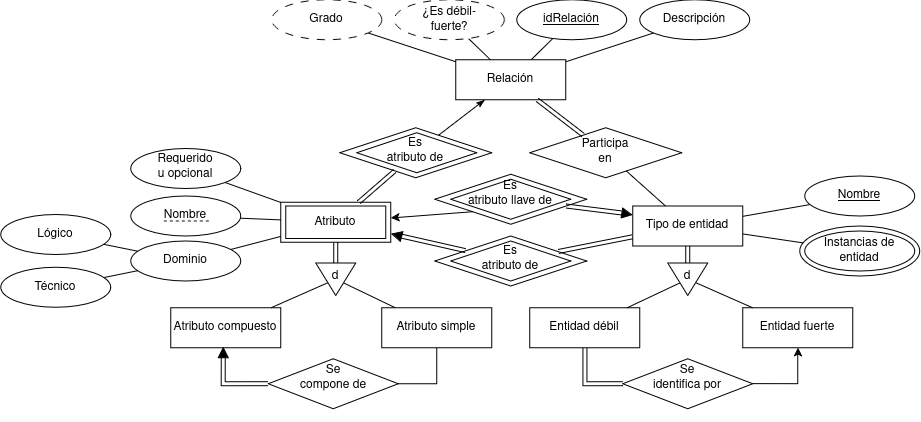
diegocist/Bases-Tareas-Los-FBI keeps this draw.io diagram as Tarea2/imagenes/diagramasER.png. Above is the earlier version. Source tidied: cells renumbered, new cells last; positions are measured from the earlier drawing's top-left corner, leaving out a move shared by most shapes.
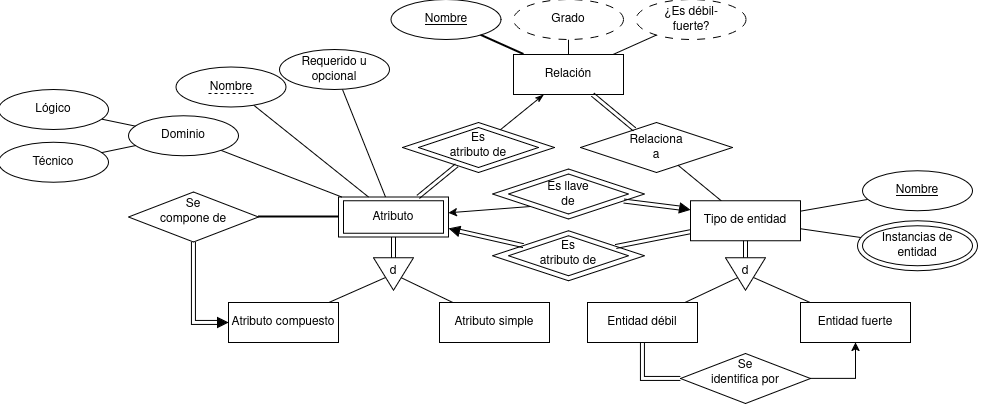
After the commit.

Commit message:
Diagrama E-R sobre diagramas E-R final

Change to the diagram source:
```diff
@@ -2,6 +2,15 @@
   <root>
     <mxCell id="0" />
     <mxCell id="1" parent="0" />
+    <mxCell id="53" value="&lt;div&gt;&lt;br/&gt;&lt;/div&gt;" style="rhombus;whiteSpace=wrap;html=1;shapeInside=1;strokeColor=default;align=center;verticalAlign=middle;fontFamily=Helvetica;fontSize=12;fontColor=default;fillColor=default;" parent="1" vertex="1">
+      <mxGeometry x="360" y="133" width="120" height="40" as="geometry" />
+    </mxCell>
+    <mxCell id="55" value="Es atributo de" style="rhombus;whiteSpace=wrap;html=1;shapeInside=1;strokeColor=default;align=center;verticalAlign=middle;fontFamily=Helvetica;fontSize=12;fontColor=default;fillColor=none;" parent="1" vertex="1">
+      <mxGeometry x="344" y="128" width="152" height="50" as="geometry" />
+    </mxCell>
+    <mxCell id="52" value="Relaciona a" style="rhombus;whiteSpace=wrap;html=1;shapeInside=1;strokeColor=default;align=center;verticalAlign=middle;fontFamily=Helvetica;fontSize=12;fontColor=default;fillColor=none;" parent="1" vertex="1">
+      <mxGeometry x="522" y="128" width="152" height="50" as="geometry" />
+    </mxCell>
     <mxCell id="2" value="&lt;div&gt;&lt;br/&gt;&lt;/div&gt;" style="rhombus;whiteSpace=wrap;html=1;shapeInside=1;strokeColor=default;align=center;verticalAlign=middle;fontFamily=Helvetica;fontSize=12;fontColor=default;fillColor=default;" parent="1" vertex="1">
       <mxGeometry x="450" y="179.5" width="120" height="40" as="geometry" />
     </mxCell>
@@ -30,13 +39,13 @@
       <mxGeometry relative="1" as="geometry" />
     </mxCell>
     <mxCell id="11" value="Dominio" style="ellipse;whiteSpace=wrap;html=1;shapeInside=1;" parent="1" vertex="1">
-      <mxGeometry x="130" y="241.2" width="110" height="40" as="geometry" />
+      <mxGeometry x="70" y="121.4" width="110" height="40" as="geometry" />
     </mxCell>
     <mxCell id="12" style="edgeStyle=none;shape=connector;rounded=0;jettySize=auto;html=1;strokeColor=default;align=center;verticalAlign=middle;fontFamily=Helvetica;fontSize=12;fontColor=default;labelBackgroundColor=default;endArrow=none;endFill=0;" parent="1" edge="1" source="13" target="18">
       <mxGeometry relative="1" as="geometry" />
     </mxCell>
     <mxCell id="13" value="Requerido u opcional" style="ellipse;whiteSpace=wrap;html=1;shapeInside=1;" parent="1" vertex="1">
-      <mxGeometry x="130" y="148.8" width="110" height="40" as="geometry" />
+      <mxGeometry x="221" y="55" width="110" height="40" as="geometry" />
     </mxCell>
     <mxCell id="14" style="rounded=0;whiteSpace=wrap;html=1;" parent="1" vertex="1">
       <mxGeometry x="285" y="206.2" width="100" height="32.5" as="geometry" />
@@ -50,6 +59,9 @@
     <mxCell id="17" style="edgeStyle=none;shape=link;rounded=0;jettySize=auto;html=1;strokeColor=default;align=center;verticalAlign=middle;fontFamily=Helvetica;fontSize=12;fontColor=default;labelBackgroundColor=default;endArrow=none;endFill=0;" parent="1" edge="1" source="18" target="55">
       <mxGeometry relative="1" as="geometry" />
     </mxCell>
+    <mxCell id="70" style="edgeStyle=none;shape=connector;rounded=0;jettySize=auto;html=1;strokeColor=default;strokeWidth=2;align=center;verticalAlign=middle;fontFamily=Helvetica;fontSize=14;fontColor=default;fontStyle=1;labelBackgroundColor=default;endArrow=none;endFill=0;" parent="1" edge="1" source="18" target="27">
+      <mxGeometry relative="1" as="geometry" />
+    </mxCell>
     <mxCell id="18" value="Atributo" style="rounded=0;whiteSpace=wrap;html=1;fillColor=none;" parent="1" vertex="1">
       <mxGeometry x="280" y="202.5" width="110" height="40" as="geometry" />
     </mxCell>
@@ -74,17 +86,18 @@
     <mxCell id="25" value="Atributo compuesto" style="rounded=0;whiteSpace=wrap;html=1;fillColor=none;" parent="1" vertex="1">
       <mxGeometry x="170" y="308" width="110" height="40" as="geometry" />
     </mxCell>
-    <mxCell id="26" style="edgeStyle=orthogonalEdgeStyle;shape=connector;rounded=0;jettySize=auto;html=1;exitX=1;exitY=0.5;exitDx=0;exitDy=0;strokeColor=default;align=center;verticalAlign=middle;fontFamily=Helvetica;fontSize=12;fontColor=default;labelBackgroundColor=default;endArrow=none;endFill=0;" parent="1" edge="1" source="27" target="24">
-      <mxGeometry relative="1" as="geometry" />
-    </mxCell>
     <mxCell id="27" value="Se compone de" style="rhombus;whiteSpace=wrap;html=1;shapeInside=1;strokeColor=default;align=center;verticalAlign=middle;fontFamily=Helvetica;fontSize=12;fontColor=default;fillColor=default;" parent="1" vertex="1">
-      <mxGeometry x="267.5" y="359" width="130" height="50" as="geometry" />
+      <mxGeometry x="70" y="197.5" width="130" height="50" as="geometry" />
     </mxCell>
-    <mxCell id="28" style="edgeStyle=orthogonalEdgeStyle;shape=link;rounded=0;jettySize=auto;html=1;strokeColor=default;align=center;verticalAlign=middle;fontFamily=Helvetica;fontSize=12;fontColor=default;labelBackgroundColor=default;endArrow=none;endFill=0;exitX=0;exitY=0.5;exitDx=0;exitDy=0;" parent="1" edge="1" source="27" target="29">
-      <mxGeometry relative="1" as="geometry" />
+    <mxCell id="28" style="edgeStyle=orthogonalEdgeStyle;shape=link;rounded=0;jettySize=auto;html=1;strokeColor=default;align=center;verticalAlign=middle;fontFamily=Helvetica;fontSize=12;fontColor=default;labelBackgroundColor=default;endArrow=none;endFill=0;exitX=0.5;exitY=1;exitDx=0;exitDy=0;" parent="1" edge="1" source="27" target="29">
+      <mxGeometry relative="1" as="geometry">
+        <Array as="points">
+          <mxPoint x="135" y="328" />
+        </Array>
+      </mxGeometry>
     </mxCell>
-    <mxCell id="29" style="triangle;whiteSpace=wrap;html=1;shapeInside=1;strokeColor=default;align=center;verticalAlign=middle;fontFamily=Helvetica;fontSize=12;fontColor=default;fillColor=light-dark(#000000,#000000);rotation=-90;fillStyle=solid;" parent="1" vertex="1">
-      <mxGeometry x="217.5" y="348" width="10" height="10" as="geometry" />
+    <mxCell id="29" style="triangle;whiteSpace=wrap;html=1;shapeInside=1;strokeColor=default;align=center;verticalAlign=middle;fontFamily=Helvetica;fontSize=12;fontColor=default;fillColor=light-dark(#000000,#000000);rotation=0;fillStyle=solid;" parent="1" vertex="1">
+      <mxGeometry x="159" y="323" width="10" height="10" as="geometry" />
     </mxCell>
     <mxCell id="30" style="edgeStyle=none;rounded=0;jettySize=auto;html=1;strokeColor=default;align=center;verticalAlign=middle;fontFamily=Helvetica;fontSize=12;fontColor=default;labelBackgroundColor=default;endArrow=none;endFill=0;shape=link;" parent="1" edge="1" source="7" target="33">
       <mxGeometry relative="1" as="geometry" />
@@ -128,23 +141,14 @@
     <mxCell id="43" value="d" style="text;html=1;whiteSpace=wrap;strokeColor=none;fillColor=none;align=center;verticalAlign=middle;rounded=0;fontFamily=Helvetica;fontSize=12;fontColor=default;" parent="1" vertex="1">
       <mxGeometry x="657" y="262.2" width="60" height="30" as="geometry" />
     </mxCell>
-    <mxCell id="44" style="edgeStyle=none;shape=connector;rounded=0;jettySize=auto;html=1;strokeColor=default;align=center;verticalAlign=middle;fontFamily=Helvetica;fontSize=12;fontColor=default;labelBackgroundColor=default;endArrow=none;endFill=0;" parent="1" edge="1" source="45" target="57">
-      <mxGeometry relative="1" as="geometry" />
-    </mxCell>
     <mxCell id="45" value="Relación" style="rounded=0;whiteSpace=wrap;html=1;" parent="1" vertex="1">
       <mxGeometry x="455" y="60" width="110" height="40" as="geometry" />
     </mxCell>
-    <mxCell id="46" style="edgeStyle=none;shape=connector;rounded=0;jettySize=auto;html=1;strokeColor=default;align=center;verticalAlign=middle;fontFamily=Helvetica;fontSize=12;fontColor=default;labelBackgroundColor=default;endArrow=none;endFill=0;" parent="1" edge="1" source="47" target="45">
-      <mxGeometry relative="1" as="geometry" />
-    </mxCell>
-    <mxCell id="47" value="Descripción" style="ellipse;whiteSpace=wrap;html=1;shapeInside=1;" parent="1" vertex="1">
-      <mxGeometry x="639" width="110" height="40" as="geometry" />
-    </mxCell>
     <mxCell id="48" style="edgeStyle=none;shape=connector;rounded=0;jettySize=auto;html=1;strokeColor=default;align=center;verticalAlign=middle;fontFamily=Helvetica;fontSize=12;fontColor=default;labelBackgroundColor=default;endArrow=none;endFill=0;" parent="1" edge="1" source="49" target="45">
       <mxGeometry relative="1" as="geometry" />
     </mxCell>
     <mxCell id="49" value="¿Es débil-fuerte?" style="ellipse;whiteSpace=wrap;html=1;shapeInside=1;dashed=1;dashPattern=8 8;" parent="1" vertex="1">
-      <mxGeometry x="393.5" width="110" height="40" as="geometry" />
+      <mxGeometry x="577.5" y="5" width="110" height="40" as="geometry" />
     </mxCell>
     <mxCell id="50" style="edgeStyle=none;shape=connector;rounded=0;jettySize=auto;html=1;strokeColor=default;align=center;verticalAlign=middle;fontFamily=Helvetica;fontSize=12;fontColor=default;labelBackgroundColor=default;endArrow=none;endFill=0;" parent="1" edge="1" source="52" target="7">
       <mxGeometry relative="1" as="geometry" />
@@ -152,44 +156,28 @@
     <mxCell id="51" style="edgeStyle=none;shape=link;rounded=0;jettySize=auto;html=1;strokeColor=default;align=center;verticalAlign=middle;fontFamily=Helvetica;fontSize=12;fontColor=default;labelBackgroundColor=default;endArrow=none;endFill=0;" parent="1" edge="1" source="52" target="45">
       <mxGeometry relative="1" as="geometry" />
     </mxCell>
-    <mxCell id="52" value="Participa en" style="rhombus;whiteSpace=wrap;html=1;shapeInside=1;strokeColor=default;align=center;verticalAlign=middle;fontFamily=Helvetica;fontSize=12;fontColor=default;fillColor=none;" parent="1" vertex="1">
-      <mxGeometry x="529" y="128" width="152" height="50" as="geometry" />
-    </mxCell>
-    <mxCell id="53" value="&lt;div&gt;&lt;br/&gt;&lt;/div&gt;" style="rhombus;whiteSpace=wrap;html=1;shapeInside=1;strokeColor=default;align=center;verticalAlign=middle;fontFamily=Helvetica;fontSize=12;fontColor=default;fillColor=default;" parent="1" vertex="1">
-      <mxGeometry x="356" y="133" width="120" height="40" as="geometry" />
-    </mxCell>
     <mxCell id="54" style="edgeStyle=none;shape=connector;rounded=0;jettySize=auto;html=1;strokeColor=default;align=center;verticalAlign=middle;fontFamily=Helvetica;fontSize=12;fontColor=default;labelBackgroundColor=default;endArrow=classicThin;endFill=1;" parent="1" edge="1" source="55" target="45">
       <mxGeometry relative="1" as="geometry" />
     </mxCell>
-    <mxCell id="55" value="Es atributo de" style="rhombus;whiteSpace=wrap;html=1;shapeInside=1;strokeColor=default;align=center;verticalAlign=middle;fontFamily=Helvetica;fontSize=12;fontColor=default;fillColor=none;" parent="1" vertex="1">
-      <mxGeometry x="339" y="128" width="152" height="50" as="geometry" />
-    </mxCell>
-    <mxCell id="56" style="endArrow=none;dashed=1;html=1;rounded=0;strokeColor=default;align=center;verticalAlign=middle;fontFamily=Helvetica;fontSize=12;fontColor=default;labelBackgroundColor=default;" parent="1" edge="1" source="61">
-      <mxGeometry relative="1" as="geometry">
-        <mxPoint x="207" y="212.8" as="targetPoint" />
-      </mxGeometry>
-    </mxCell>
+    <mxCell id="71" style="edgeStyle=none;shape=connector;rounded=0;jettySize=auto;html=1;strokeColor=default;strokeWidth=2;align=center;verticalAlign=middle;fontFamily=Helvetica;fontSize=14;fontColor=default;fontStyle=1;labelBackgroundColor=default;endArrow=none;endFill=0;" parent="1" edge="1" source="57" target="45">
+      <mxGeometry relative="1" as="geometry" />
+    </mxCell>
-    <mxCell id="57" value="&lt;u&gt;idRelación&lt;/u&gt;" style="ellipse;whiteSpace=wrap;html=1;shapeInside=1;" parent="1" vertex="1">
-      <mxGeometry x="516" width="110" height="40" as="geometry" />
+    <mxCell id="57" value="&lt;u&gt;Nombre&lt;/u&gt;" style="ellipse;whiteSpace=wrap;html=1;shapeInside=1;" parent="1" vertex="1">
+      <mxGeometry x="332.5" y="5" width="110" height="40" as="geometry" />
     </mxCell>
     <mxCell id="58" style="edgeStyle=none;shape=connector;rounded=0;jettySize=auto;html=1;strokeColor=default;align=center;verticalAlign=middle;fontFamily=Helvetica;fontSize=12;fontColor=default;labelBackgroundColor=default;endArrow=none;endFill=0;" parent="1" edge="1" source="59" target="45">
       <mxGeometry relative="1" as="geometry" />
     </mxCell>
     <mxCell id="59" value="Grado" style="ellipse;whiteSpace=wrap;html=1;shapeInside=1;dashed=1;dashPattern=8 8;" parent="1" vertex="1">
-      <mxGeometry x="271" width="110" height="40" as="geometry" />
+      <mxGeometry x="455" y="5" width="110" height="40" as="geometry" />
     </mxCell>
-    <mxCell id="60" style="endArrow=none;dashed=1;html=1;rounded=0;strokeColor=default;align=center;verticalAlign=middle;fontFamily=Helvetica;fontSize=12;fontColor=default;labelBackgroundColor=default;" parent="1" edge="1" target="61">
-      <mxGeometry relative="1" as="geometry">
-        <mxPoint x="162" y="212.8" as="sourcePoint" />
-      </mxGeometry>
-    </mxCell>
     <mxCell id="61" value="Nombre" style="ellipse;whiteSpace=wrap;html=1;shapeInside=1;" parent="1" vertex="1">
-      <mxGeometry x="130" y="196.2" width="110" height="40" as="geometry" />
+      <mxGeometry x="117.5" y="72.5" width="110" height="40" as="geometry" />
     </mxCell>
     <mxCell id="62" style="edgeStyle=none;shape=connector;rounded=0;jettySize=auto;html=1;exitX=0;exitY=1;exitDx=0;exitDy=0;strokeColor=default;align=center;verticalAlign=middle;fontFamily=Helvetica;fontSize=12;fontColor=default;labelBackgroundColor=default;endArrow=classic;endFill=1;" parent="1" edge="1" source="63" target="18">
       <mxGeometry relative="1" as="geometry" />
     </mxCell>
-    <mxCell id="63" value="Es atributo llave de" style="rhombus;whiteSpace=wrap;html=1;shapeInside=1;strokeColor=default;align=center;verticalAlign=middle;fontFamily=Helvetica;fontSize=12;fontColor=default;fillColor=none;" parent="1" vertex="1">
+    <mxCell id="63" value="Es llave de" style="rhombus;whiteSpace=wrap;html=1;shapeInside=1;strokeColor=default;align=center;verticalAlign=middle;fontFamily=Helvetica;fontSize=12;fontColor=default;fillColor=none;" parent="1" vertex="1">
       <mxGeometry x="434" y="174.5" width="152" height="50" as="geometry" />
     </mxCell>
     <mxCell id="64" style="triangle;whiteSpace=wrap;html=1;shapeInside=1;strokeColor=default;align=center;verticalAlign=middle;fontFamily=Helvetica;fontSize=12;fontColor=default;fillColor=light-dark(#000000,#000000);rotation=10;fillStyle=solid;" parent="1" vertex="1">
@@ -197,21 +185,21 @@
     </mxCell>
     <mxCell id="65" style="endArrow=none;dashed=1;html=1;rounded=0;strokeColor=default;align=center;verticalAlign=middle;fontFamily=Helvetica;fontSize=12;fontColor=default;labelBackgroundColor=default;" parent="1" edge="1">
       <mxGeometry relative="1" as="geometry">
-        <mxPoint x="163" y="221.2" as="sourcePoint" />
-        <mxPoint x="208" y="221.2" as="targetPoint" />
+        <mxPoint x="150" y="99" as="sourcePoint" />
+        <mxPoint x="195" y="99" as="targetPoint" />
       </mxGeometry>
     </mxCell>
     <mxCell id="66" style="edgeStyle=none;shape=connector;rounded=0;jettySize=auto;html=1;strokeColor=default;align=center;verticalAlign=middle;fontFamily=Helvetica;fontSize=12;fontColor=default;labelBackgroundColor=default;endArrow=none;endFill=0;" parent="1" edge="1" source="67" target="11">
       <mxGeometry relative="1" as="geometry" />
     </mxCell>
     <mxCell id="67" value="Técnico" style="ellipse;whiteSpace=wrap;html=1;shapeInside=1;" parent="1" vertex="1">
-      <mxGeometry y="267.6" width="110" height="40" as="geometry" />
+      <mxGeometry x="-60" y="147.8" width="110" height="40" as="geometry" />
     </mxCell>
     <mxCell id="68" style="edgeStyle=none;shape=connector;rounded=0;jettySize=auto;html=1;strokeColor=default;align=center;verticalAlign=middle;fontFamily=Helvetica;fontSize=12;fontColor=default;labelBackgroundColor=default;endArrow=none;endFill=0;" parent="1" edge="1" source="69" target="11">
       <mxGeometry relative="1" as="geometry" />
     </mxCell>
     <mxCell id="69" value="Lógico" style="ellipse;whiteSpace=wrap;html=1;shapeInside=1;" parent="1" vertex="1">
-      <mxGeometry y="214.9" width="110" height="40" as="geometry" />
+      <mxGeometry x="-60" y="95" width="110" height="40" as="geometry" />
     </mxCell>
   </root>
 </mxGraphModel>
```
